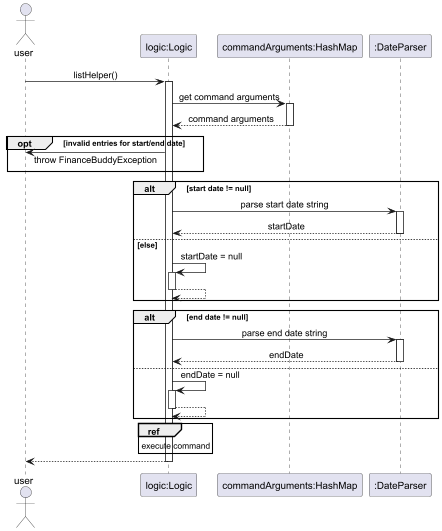
The PlantUML diagram docs/UML/SeeAllEntriesGetArguments.png in nus-cs2113-AY2425S1/tp, before a commit. Source of this version:
```plantuml
@startuml
skinparam sequenceMessageAlign center
skinparam responseMessageBelowArrow true

actor user
participant "logic:Logic" as app
participant "commandArguments:HashMap" as map
participant ":DateParser" as parser

user -> app: listHelper()
activate app
app -> map : get command arguments
activate map
return command arguments

opt invalid entries for start/end date
    user <- app : throw FinanceBuddyException
end

alt start date != null
    app -> parser : parse start date string
    activate parser
    return startDate
    else else
        app -> app : startDate = null
        activate app
        return
end

alt end date != null
    app -> parser : parse end date string
    activate parser
    return endDate
    else
        app -> app : endDate = null
        activate app
        return
end
ref over app : execute command

return
@enduml
```
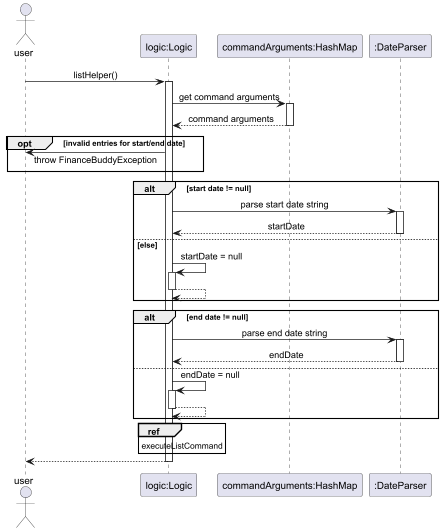
Above is the later version.

What changed in the source:
```diff
@@ -36,7 +36,7 @@
         activate app
         return
 end
-ref over app : execute command
+ref over app : executeListCommand
 
 return
 @enduml
```
